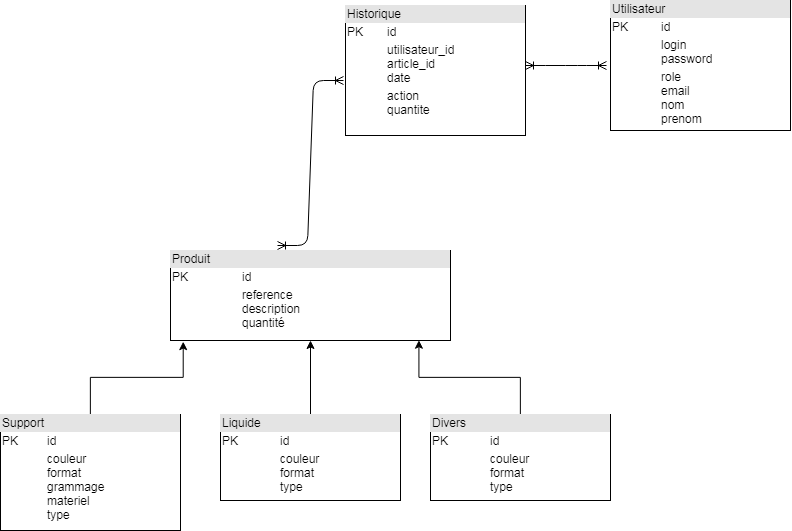
Before: diagrammes/MCD.png, a diagram exported from draw.io (flavio63730/profan). Source tidied: cells renumbered, new cells last; positions are measured from the earlier drawing's top-left corner, leaving out a move shared by most shapes. The source it was exported from:
```xml
<mxGraphModel>
  <root>
    <mxCell id="0" />
    <mxCell id="1" parent="0" />
    <mxCell id="2" style="edgeStyle=orthogonalEdgeStyle;rounded=0;jettySize=auto;html=1;entryX=0.046;entryY=1.011;entryDx=0;entryDy=0;entryPerimeter=0;" parent="1" edge="1" source="3" target="11">
      <mxGeometry relative="1" as="geometry" />
    </mxCell>
    <mxCell id="3" value="&lt;div style=&quot;box-sizing: border-box ; width: 100% ; background: #e4e4e4 ; padding: 2px&quot;&gt;Support&lt;/div&gt;&lt;table style=&quot;width: 100% ; font-size: 1em&quot; cellpadding=&quot;2&quot; cellspacing=&quot;0&quot;&gt;&lt;tbody&gt;&lt;tr&gt;&lt;td&gt;PK&lt;/td&gt;&lt;td&gt;id&lt;/td&gt;&lt;/tr&gt;&lt;tr&gt;&lt;td&gt;&lt;br&gt;&lt;/td&gt;&lt;td&gt;couleur&lt;br&gt;format&lt;br&gt;grammage&lt;br&gt;materiel&lt;br&gt;type&lt;br&gt;&lt;/td&gt;&lt;/tr&gt;&lt;tr&gt;&lt;td&gt;&lt;/td&gt;&lt;td&gt;&lt;/td&gt;&lt;/tr&gt;&lt;/tbody&gt;&lt;/table&gt;" style="verticalAlign=top;align=left;overflow=fill;html=1;" parent="1" vertex="1">
      <mxGeometry y="414" width="180" height="116" as="geometry" />
    </mxCell>
    <mxCell id="4" value="&lt;div style=&quot;box-sizing: border-box ; width: 100% ; background: #e4e4e4 ; padding: 2px&quot;&gt;Utilisateur&lt;/div&gt;&lt;table style=&quot;width: 100% ; font-size: 1em&quot; cellpadding=&quot;2&quot; cellspacing=&quot;0&quot;&gt;&lt;tbody&gt;&lt;tr&gt;&lt;td&gt;PK&lt;/td&gt;&lt;td&gt;id&lt;/td&gt;&lt;/tr&gt;&lt;tr&gt;&lt;td&gt;&lt;br&gt;&lt;/td&gt;&lt;td&gt;login&lt;br&gt;password&lt;/td&gt;&lt;/tr&gt;&lt;tr&gt;&lt;td&gt;&lt;/td&gt;&lt;td&gt;role&lt;br&gt;email&lt;br&gt;nom&lt;br&gt;prenom&lt;br&gt;&lt;/td&gt;&lt;/tr&gt;&lt;/tbody&gt;&lt;/table&gt;" style="verticalAlign=top;align=left;overflow=fill;html=1;" parent="1" vertex="1">
      <mxGeometry x="610" width="180" height="130" as="geometry" />
    </mxCell>
    <mxCell id="5" value="&lt;div style=&quot;box-sizing: border-box ; width: 100% ; background: #e4e4e4 ; padding: 2px&quot;&gt;Historique&lt;/div&gt;&lt;table style=&quot;width: 100% ; font-size: 1em&quot; cellpadding=&quot;2&quot; cellspacing=&quot;0&quot;&gt;&lt;tbody&gt;&lt;tr&gt;&lt;td&gt;PK&lt;/td&gt;&lt;td&gt;id&lt;/td&gt;&lt;/tr&gt;&lt;tr&gt;&lt;td&gt;&lt;br&gt;&lt;/td&gt;&lt;td&gt;utilisateur_id&lt;br&gt;article_id&lt;br&gt;date&lt;/td&gt;&lt;/tr&gt;&lt;tr&gt;&lt;td&gt;&lt;/td&gt;&lt;td&gt;action&lt;br&gt;quantite&lt;br&gt;&lt;/td&gt;&lt;/tr&gt;&lt;/tbody&gt;&lt;/table&gt;" style="verticalAlign=top;align=left;overflow=fill;html=1;" parent="1" vertex="1">
      <mxGeometry x="345" y="5" width="180" height="130" as="geometry" />
    </mxCell>
    <mxCell id="6" style="edgeStyle=entityRelationEdgeStyle;fontSize=12;html=1;endArrow=ERoneToMany;startArrow=ERoneToMany;exitX=1;exitY=0.5;exitDx=0;exitDy=0;" parent="1" edge="1">
      <mxGeometry relative="1" as="geometry">
        <mxPoint x="525" y="65" as="sourcePoint" />
        <mxPoint x="606" y="65" as="targetPoint" />
      </mxGeometry>
    </mxCell>
    <mxCell id="7" style="edgeStyle=orthogonalEdgeStyle;rounded=0;jettySize=auto;html=1;" parent="1" edge="1" source="8" target="11">
      <mxGeometry relative="1" as="geometry" />
    </mxCell>
    <mxCell id="8" value="&lt;div style=&quot;box-sizing: border-box ; width: 100% ; background: #e4e4e4 ; padding: 2px&quot;&gt;Liquide&lt;/div&gt;&lt;table style=&quot;width: 100% ; font-size: 1em&quot; cellpadding=&quot;2&quot; cellspacing=&quot;0&quot;&gt;&lt;tbody&gt;&lt;tr&gt;&lt;td&gt;PK&lt;/td&gt;&lt;td&gt;id&lt;/td&gt;&lt;/tr&gt;&lt;tr&gt;&lt;td&gt;&lt;br&gt;&lt;/td&gt;&lt;td&gt;couleur&lt;br&gt;format&lt;br&gt;type&lt;br&gt;&lt;/td&gt;&lt;/tr&gt;&lt;tr&gt;&lt;td&gt;&lt;/td&gt;&lt;td&gt;&lt;/td&gt;&lt;/tr&gt;&lt;/tbody&gt;&lt;/table&gt;" style="verticalAlign=top;align=left;overflow=fill;html=1;" parent="1" vertex="1">
      <mxGeometry x="220" y="414" width="180" height="86" as="geometry" />
    </mxCell>
    <mxCell id="9" style="edgeStyle=orthogonalEdgeStyle;rounded=0;jettySize=auto;html=1;entryX=0.886;entryY=1;entryDx=0;entryDy=0;entryPerimeter=0;" parent="1" edge="1" source="10" target="11">
      <mxGeometry relative="1" as="geometry" />
    </mxCell>
    <mxCell id="10" value="&lt;div style=&quot;box-sizing: border-box ; width: 100% ; background: #e4e4e4 ; padding: 2px&quot;&gt;Divers&lt;/div&gt;&lt;table style=&quot;width: 100% ; font-size: 1em&quot; cellpadding=&quot;2&quot; cellspacing=&quot;0&quot;&gt;&lt;tbody&gt;&lt;tr&gt;&lt;td&gt;PK&lt;/td&gt;&lt;td&gt;id&lt;/td&gt;&lt;/tr&gt;&lt;tr&gt;&lt;td&gt;&lt;br&gt;&lt;/td&gt;&lt;td&gt;couleur&lt;br&gt;format&lt;br&gt;type&lt;br&gt;&lt;/td&gt;&lt;/tr&gt;&lt;tr&gt;&lt;td&gt;&lt;/td&gt;&lt;td&gt;&lt;/td&gt;&lt;/tr&gt;&lt;/tbody&gt;&lt;/table&gt;" style="verticalAlign=top;align=left;overflow=fill;html=1;" parent="1" vertex="1">
      <mxGeometry x="430" y="414" width="180" height="86" as="geometry" />
    </mxCell>
    <mxCell id="11" value="&lt;div style=&quot;box-sizing: border-box ; width: 100% ; background: #e4e4e4 ; padding: 2px&quot;&gt;Produit&lt;/div&gt;&lt;table style=&quot;width: 100% ; font-size: 1em&quot; cellpadding=&quot;2&quot; cellspacing=&quot;0&quot;&gt;&lt;tbody&gt;&lt;tr&gt;&lt;td&gt;PK&lt;/td&gt;&lt;td&gt;id&lt;/td&gt;&lt;/tr&gt;&lt;tr&gt;&lt;td&gt;&lt;br&gt;&lt;/td&gt;&lt;td&gt;reference&lt;br&gt;description&lt;br&gt;quantité&lt;/td&gt;&lt;/tr&gt;&lt;tr&gt;&lt;td&gt;&lt;/td&gt;&lt;td&gt;&lt;br&gt;&lt;/td&gt;&lt;/tr&gt;&lt;/tbody&gt;&lt;/table&gt;" style="verticalAlign=top;align=left;overflow=fill;html=1;" parent="1" vertex="1">
      <mxGeometry x="170" y="250" width="280" height="90" as="geometry" />
    </mxCell>
    <mxCell id="12" style="edgeStyle=entityRelationEdgeStyle;fontSize=12;html=1;endArrow=ERoneToMany;startArrow=ERoneToMany;" parent="1" edge="1">
      <mxGeometry relative="1" as="geometry">
        <mxPoint x="277" y="245" as="sourcePoint" />
        <mxPoint x="343" y="80" as="targetPoint" />
      </mxGeometry>
    </mxCell>
  </root>
</mxGraphModel>
```
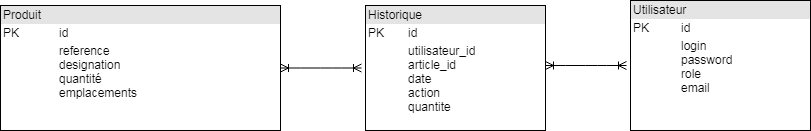
The same file after the commit.

Diff of the diagram source:
```diff
@@ -2,17 +2,11 @@
   <root>
     <mxCell id="0" />
     <mxCell id="1" parent="0" />
-    <mxCell id="2" style="edgeStyle=orthogonalEdgeStyle;rounded=0;jettySize=auto;html=1;entryX=0.046;entryY=1.011;entryDx=0;entryDy=0;entryPerimeter=0;" parent="1" edge="1" source="3" target="11">
-      <mxGeometry relative="1" as="geometry" />
-    </mxCell>
-    <mxCell id="3" value="&lt;div style=&quot;box-sizing: border-box ; width: 100% ; background: #e4e4e4 ; padding: 2px&quot;&gt;Support&lt;/div&gt;&lt;table style=&quot;width: 100% ; font-size: 1em&quot; cellpadding=&quot;2&quot; cellspacing=&quot;0&quot;&gt;&lt;tbody&gt;&lt;tr&gt;&lt;td&gt;PK&lt;/td&gt;&lt;td&gt;id&lt;/td&gt;&lt;/tr&gt;&lt;tr&gt;&lt;td&gt;&lt;br&gt;&lt;/td&gt;&lt;td&gt;couleur&lt;br&gt;format&lt;br&gt;grammage&lt;br&gt;materiel&lt;br&gt;type&lt;br&gt;&lt;/td&gt;&lt;/tr&gt;&lt;tr&gt;&lt;td&gt;&lt;/td&gt;&lt;td&gt;&lt;/td&gt;&lt;/tr&gt;&lt;/tbody&gt;&lt;/table&gt;" style="verticalAlign=top;align=left;overflow=fill;html=1;" parent="1" vertex="1">
-      <mxGeometry y="414" width="180" height="116" as="geometry" />
-    </mxCell>
-    <mxCell id="4" value="&lt;div style=&quot;box-sizing: border-box ; width: 100% ; background: #e4e4e4 ; padding: 2px&quot;&gt;Utilisateur&lt;/div&gt;&lt;table style=&quot;width: 100% ; font-size: 1em&quot; cellpadding=&quot;2&quot; cellspacing=&quot;0&quot;&gt;&lt;tbody&gt;&lt;tr&gt;&lt;td&gt;PK&lt;/td&gt;&lt;td&gt;id&lt;/td&gt;&lt;/tr&gt;&lt;tr&gt;&lt;td&gt;&lt;br&gt;&lt;/td&gt;&lt;td&gt;login&lt;br&gt;password&lt;/td&gt;&lt;/tr&gt;&lt;tr&gt;&lt;td&gt;&lt;/td&gt;&lt;td&gt;role&lt;br&gt;email&lt;br&gt;nom&lt;br&gt;prenom&lt;br&gt;&lt;/td&gt;&lt;/tr&gt;&lt;/tbody&gt;&lt;/table&gt;" style="verticalAlign=top;align=left;overflow=fill;html=1;" parent="1" vertex="1">
+    <mxCell id="4" value="&lt;div style=&quot;box-sizing: border-box ; width: 100% ; background: #e4e4e4 ; padding: 2px&quot;&gt;Utilisateur&lt;/div&gt;&lt;table style=&quot;width: 100% ; font-size: 1em&quot; cellpadding=&quot;2&quot; cellspacing=&quot;0&quot;&gt;&lt;tbody&gt;&lt;tr&gt;&lt;td&gt;PK&lt;/td&gt;&lt;td&gt;id&lt;/td&gt;&lt;/tr&gt;&lt;tr&gt;&lt;td&gt;&lt;br&gt;&lt;/td&gt;&lt;td&gt;login&lt;br&gt;password&lt;br&gt;role&lt;br&gt;email&lt;br&gt;&lt;/td&gt;&lt;/tr&gt;&lt;tr&gt;&lt;td&gt;&lt;/td&gt;&lt;td&gt;&lt;/td&gt;&lt;/tr&gt;&lt;/tbody&gt;&lt;/table&gt;" style="verticalAlign=top;align=left;overflow=fill;html=1;" parent="1" vertex="1">
       <mxGeometry x="610" width="180" height="130" as="geometry" />
     </mxCell>
-    <mxCell id="5" value="&lt;div style=&quot;box-sizing: border-box ; width: 100% ; background: #e4e4e4 ; padding: 2px&quot;&gt;Historique&lt;/div&gt;&lt;table style=&quot;width: 100% ; font-size: 1em&quot; cellpadding=&quot;2&quot; cellspacing=&quot;0&quot;&gt;&lt;tbody&gt;&lt;tr&gt;&lt;td&gt;PK&lt;/td&gt;&lt;td&gt;id&lt;/td&gt;&lt;/tr&gt;&lt;tr&gt;&lt;td&gt;&lt;br&gt;&lt;/td&gt;&lt;td&gt;utilisateur_id&lt;br&gt;article_id&lt;br&gt;date&lt;/td&gt;&lt;/tr&gt;&lt;tr&gt;&lt;td&gt;&lt;/td&gt;&lt;td&gt;action&lt;br&gt;quantite&lt;br&gt;&lt;/td&gt;&lt;/tr&gt;&lt;/tbody&gt;&lt;/table&gt;" style="verticalAlign=top;align=left;overflow=fill;html=1;" parent="1" vertex="1">
-      <mxGeometry x="345" y="5" width="180" height="130" as="geometry" />
+    <mxCell id="5" value="&lt;div style=&quot;box-sizing: border-box ; width: 100% ; background: #e4e4e4 ; padding: 2px&quot;&gt;Historique&lt;/div&gt;&lt;table style=&quot;width: 100% ; font-size: 1em&quot; cellpadding=&quot;2&quot; cellspacing=&quot;0&quot;&gt;&lt;tbody&gt;&lt;tr&gt;&lt;td&gt;PK&lt;/td&gt;&lt;td&gt;id&lt;/td&gt;&lt;/tr&gt;&lt;tr&gt;&lt;td&gt;&lt;br&gt;&lt;/td&gt;&lt;td&gt;utilisateur_id&lt;br&gt;article_id&lt;br&gt;date&lt;br&gt;action&lt;br&gt;quantite&lt;/td&gt;&lt;/tr&gt;&lt;/tbody&gt;&lt;/table&gt;" style="verticalAlign=top;align=left;overflow=fill;html=1;" parent="1" vertex="1">
+      <mxGeometry x="345" y="5" width="180" height="125" as="geometry" />
     </mxCell>
     <mxCell id="6" style="edgeStyle=entityRelationEdgeStyle;fontSize=12;html=1;endArrow=ERoneToMany;startArrow=ERoneToMany;exitX=1;exitY=0.5;exitDx=0;exitDy=0;" parent="1" edge="1">
       <mxGeometry relative="1" as="geometry">
@@ -20,26 +14,14 @@
         <mxPoint x="606" y="65" as="targetPoint" />
       </mxGeometry>
     </mxCell>
-    <mxCell id="7" style="edgeStyle=orthogonalEdgeStyle;rounded=0;jettySize=auto;html=1;" parent="1" edge="1" source="8" target="11">
-      <mxGeometry relative="1" as="geometry" />
-    </mxCell>
-    <mxCell id="8" value="&lt;div style=&quot;box-sizing: border-box ; width: 100% ; background: #e4e4e4 ; padding: 2px&quot;&gt;Liquide&lt;/div&gt;&lt;table style=&quot;width: 100% ; font-size: 1em&quot; cellpadding=&quot;2&quot; cellspacing=&quot;0&quot;&gt;&lt;tbody&gt;&lt;tr&gt;&lt;td&gt;PK&lt;/td&gt;&lt;td&gt;id&lt;/td&gt;&lt;/tr&gt;&lt;tr&gt;&lt;td&gt;&lt;br&gt;&lt;/td&gt;&lt;td&gt;couleur&lt;br&gt;format&lt;br&gt;type&lt;br&gt;&lt;/td&gt;&lt;/tr&gt;&lt;tr&gt;&lt;td&gt;&lt;/td&gt;&lt;td&gt;&lt;/td&gt;&lt;/tr&gt;&lt;/tbody&gt;&lt;/table&gt;" style="verticalAlign=top;align=left;overflow=fill;html=1;" parent="1" vertex="1">
-      <mxGeometry x="220" y="414" width="180" height="86" as="geometry" />
-    </mxCell>
-    <mxCell id="9" style="edgeStyle=orthogonalEdgeStyle;rounded=0;jettySize=auto;html=1;entryX=0.886;entryY=1;entryDx=0;entryDy=0;entryPerimeter=0;" parent="1" edge="1" source="10" target="11">
-      <mxGeometry relative="1" as="geometry" />
-    </mxCell>
-    <mxCell id="10" value="&lt;div style=&quot;box-sizing: border-box ; width: 100% ; background: #e4e4e4 ; padding: 2px&quot;&gt;Divers&lt;/div&gt;&lt;table style=&quot;width: 100% ; font-size: 1em&quot; cellpadding=&quot;2&quot; cellspacing=&quot;0&quot;&gt;&lt;tbody&gt;&lt;tr&gt;&lt;td&gt;PK&lt;/td&gt;&lt;td&gt;id&lt;/td&gt;&lt;/tr&gt;&lt;tr&gt;&lt;td&gt;&lt;br&gt;&lt;/td&gt;&lt;td&gt;couleur&lt;br&gt;format&lt;br&gt;type&lt;br&gt;&lt;/td&gt;&lt;/tr&gt;&lt;tr&gt;&lt;td&gt;&lt;/td&gt;&lt;td&gt;&lt;/td&gt;&lt;/tr&gt;&lt;/tbody&gt;&lt;/table&gt;" style="verticalAlign=top;align=left;overflow=fill;html=1;" parent="1" vertex="1">
-      <mxGeometry x="430" y="414" width="180" height="86" as="geometry" />
-    </mxCell>
-    <mxCell id="11" value="&lt;div style=&quot;box-sizing: border-box ; width: 100% ; background: #e4e4e4 ; padding: 2px&quot;&gt;Produit&lt;/div&gt;&lt;table style=&quot;width: 100% ; font-size: 1em&quot; cellpadding=&quot;2&quot; cellspacing=&quot;0&quot;&gt;&lt;tbody&gt;&lt;tr&gt;&lt;td&gt;PK&lt;/td&gt;&lt;td&gt;id&lt;/td&gt;&lt;/tr&gt;&lt;tr&gt;&lt;td&gt;&lt;br&gt;&lt;/td&gt;&lt;td&gt;reference&lt;br&gt;description&lt;br&gt;quantité&lt;/td&gt;&lt;/tr&gt;&lt;tr&gt;&lt;td&gt;&lt;/td&gt;&lt;td&gt;&lt;br&gt;&lt;/td&gt;&lt;/tr&gt;&lt;/tbody&gt;&lt;/table&gt;" style="verticalAlign=top;align=left;overflow=fill;html=1;" parent="1" vertex="1">
-      <mxGeometry x="170" y="250" width="280" height="90" as="geometry" />
+    <mxCell id="11" value="&lt;div style=&quot;box-sizing: border-box ; width: 100% ; background: #e4e4e4 ; padding: 2px&quot;&gt;Produit&lt;/div&gt;&lt;table style=&quot;width: 100% ; font-size: 1em&quot; cellpadding=&quot;2&quot; cellspacing=&quot;0&quot;&gt;&lt;tbody&gt;&lt;tr&gt;&lt;td&gt;PK&lt;/td&gt;&lt;td&gt;id&lt;/td&gt;&lt;/tr&gt;&lt;tr&gt;&lt;td&gt;&lt;br&gt;&lt;/td&gt;&lt;td&gt;reference&lt;br&gt;designation&lt;br&gt;quantité&lt;br&gt;emplacements&lt;/td&gt;&lt;/tr&gt;&lt;/tbody&gt;&lt;/table&gt;" style="verticalAlign=top;align=left;overflow=fill;html=1;" parent="1" vertex="1">
+      <mxGeometry x="-20" y="5" width="280" height="125" as="geometry" />
     </mxCell>
-    <mxCell id="12" style="edgeStyle=entityRelationEdgeStyle;fontSize=12;html=1;endArrow=ERoneToMany;startArrow=ERoneToMany;" parent="1" edge="1">
-      <mxGeometry relative="1" as="geometry">
-        <mxPoint x="277" y="245" as="sourcePoint" />
-        <mxPoint x="343" y="80" as="targetPoint" />
-      </mxGeometry>
-    </mxCell>
+    <mxCell id="13" style="edgeStyle=entityRelationEdgeStyle;fontSize=12;html=1;endArrow=ERoneToMany;startArrow=ERoneToMany;exitX=1;exitY=0.5;exitDx=0;exitDy=0;" parent="1" edge="1">
+      <mxGeometry relative="1" as="geometry">
+        <mxPoint x="260" y="67.5" as="sourcePoint" />
+        <mxPoint x="341" y="67.5" as="targetPoint" />
+      </mxGeometry>
+    </mxCell>
   </root>
 </mxGraphModel>
```
